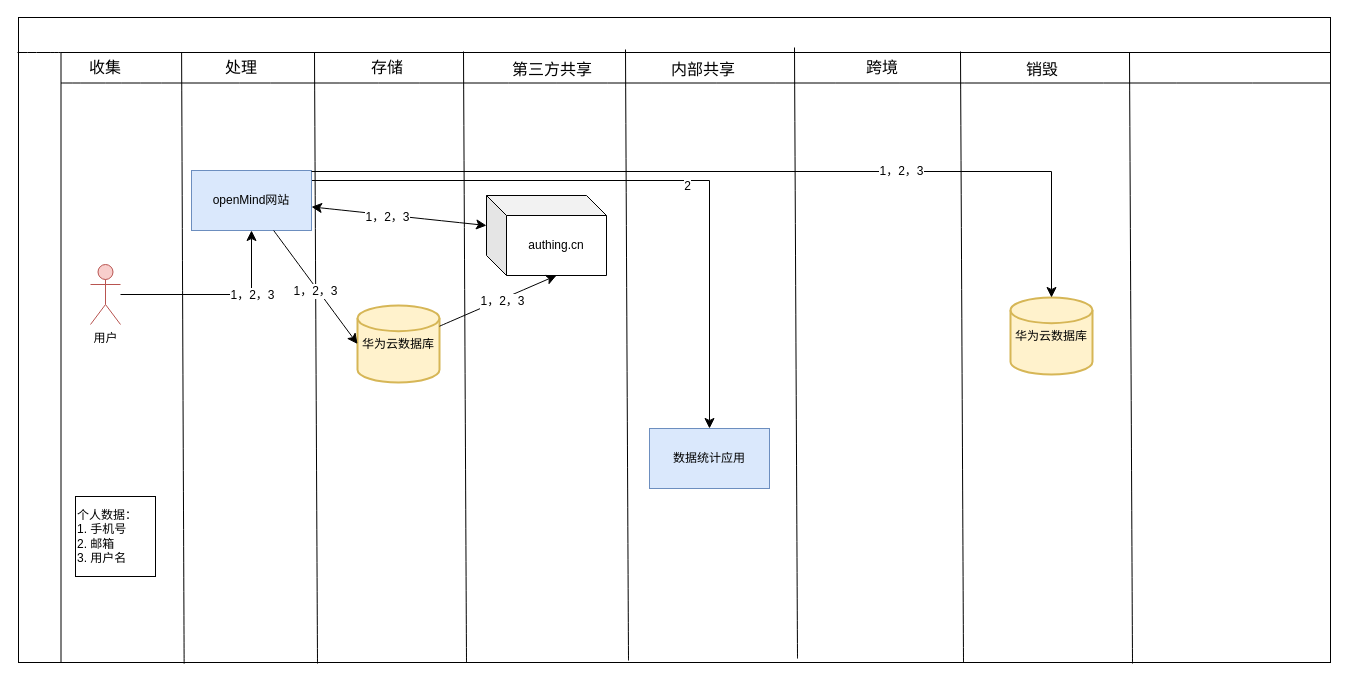
Earlier version of the draw.io diagram openMind-PIA.drawio (pkking/mydrawio). Source tidied: cells renumbered, new cells numbered last; positions are measured from the earlier drawing's top-left corner, leaving out a move shared by most shapes. Both pictures are drawn from the tidied source at 100%, with x=0, y=0 at pixel (17, 17).
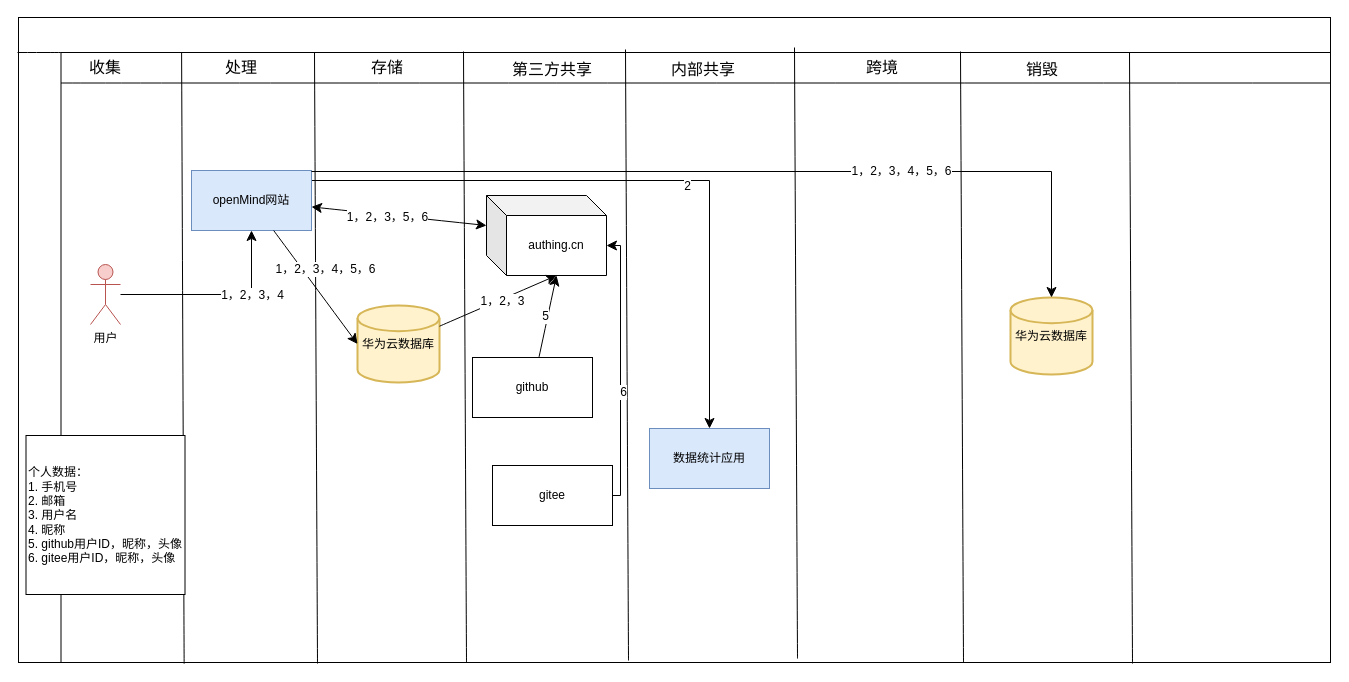
The same page after the edit.

The change refers to these unchanged cells:
```xml
<mxCell id="20" style="edgeStyle=orthogonalEdgeStyle;rounded=0;jettySize=auto;html=1;entryX=0.5;entryY=1;entryDx=0;entryDy=0;fontSize=12;startSize=8;endSize=8;" parent="1" edge="1" source="22" target="25">
  <mxGeometry relative="1" as="geometry" />
</mxCell>
<mxCell id="27" value="authing.cn" style="shape=cube;whiteSpace=wrap;html=1;boundedLbl=1;backgroundOutline=1;darkOpacity=0.05;darkOpacity2=0.1;" parent="1" vertex="1">
  <mxGeometry x="469" y="178" width="120" height="80" as="geometry" />
</mxCell>
<mxCell id="33" style="edgeStyle=none;curved=1;rounded=0;jettySize=auto;html=1;entryX=0;entryY=0.5;entryDx=0;entryDy=0;entryPerimeter=0;fontSize=12;startSize=8;endSize=8;" parent="1" edge="1" source="25" target="26">
  <mxGeometry relative="1" as="geometry" />
</mxCell>
<mxCell id="37" style="edgeStyle=orthogonalEdgeStyle;rounded=0;jettySize=auto;html=1;entryX=0.5;entryY=0;entryDx=0;entryDy=0;entryPerimeter=0;fontSize=12;startSize=8;endSize=8;" parent="1" edge="1" source="25" target="36">
  <mxGeometry relative="1" as="geometry">
    <Array as="points">
      <mxPoint x="1034" y="154" />
    </Array>
  </mxGeometry>
</mxCell>
```

Change to the diagram source:
```diff
@@
-    <mxCell id="21" value="1，2，3" style="edgeLabel;html=1;align=center;verticalAlign=middle;fontSize=12;" parent="20" vertex="1">
+    <mxCell id="21" value="1，2，3，4" style="edgeLabel;html=1;align=center;verticalAlign=middle;fontSize=12;" parent="20" vertex="1">
       <mxGeometry x="0.1" y="7" relative="1" as="geometry">
         <mxPoint x="24" y="7" as="offset" />
       </mxGeometry>
     </mxCell>
@@
-    <mxCell id="30" value="个人数据：&lt;div&gt;1. 手机号&lt;/div&gt;&lt;div&gt;2. 邮箱&lt;/div&gt;&lt;div&gt;3. 用户名&lt;/div&gt;" style="whiteSpace=wrap;html=1;align=left;" parent="1" vertex="1">
-      <mxGeometry x="58" y="479" width="80" height="80" as="geometry" />
+    <mxCell id="30" value="&lt;div&gt;&lt;span style=&quot;background-color: initial;&quot;&gt;个人数据：&lt;/span&gt;&lt;br&gt;&lt;/div&gt;&lt;div&gt;1. 手机号&lt;/div&gt;&lt;div&gt;2. 邮箱&lt;/div&gt;&lt;div&gt;3. 用户名&lt;/div&gt;&lt;div&gt;4. 昵称&lt;/div&gt;&lt;div&gt;5. github用户ID，昵称，头像&lt;/div&gt;&lt;div&gt;6. gitee用户ID，昵称，头像&lt;/div&gt;" style="whiteSpace=wrap;html=1;align=left;" parent="1" vertex="1">
+      <mxGeometry x="8.5" y="418" width="159" height="159" as="geometry" />
     </mxCell>
-    <mxCell id="31" value="1，2，3" style="edgeLabel;html=1;align=center;verticalAlign=middle;fontSize=12;" parent="1" vertex="1">
+    <mxCell id="31" value="1，2，3，5，6" style="edgeLabel;html=1;align=center;verticalAlign=middle;fontSize=12;" parent="1" vertex="1">
       <mxGeometry x="234" y="277" as="geometry">
         <mxPoint x="135" y="-78" as="offset" />
       </mxGeometry>
     </mxCell>
@@
-    <mxCell id="34" value="1，2，3" style="edgeLabel;html=1;align=center;verticalAlign=middle;fontSize=12;" parent="33" vertex="1">
+    <mxCell id="34" value="1，2，3，4，5，6" style="edgeLabel;html=1;align=center;verticalAlign=middle;fontSize=12;" parent="33" vertex="1">
       <mxGeometry x="-0.22" y="-6" relative="1" as="geometry">
-        <mxPoint x="13" y="13" as="offset" />
+        <mxPoint x="23" y="-9" as="offset" />
       </mxGeometry>
     </mxCell>
@@
-    <mxCell id="38" value="1，2，3" style="edgeLabel;html=1;align=center;verticalAlign=middle;fontSize=12;" parent="37" vertex="1">
+    <mxCell id="38" value="1，2，3，4，5，6" style="edgeLabel;html=1;align=center;verticalAlign=middle;fontSize=12;" parent="37" vertex="1">
       <mxGeometry x="0.36" y="1" relative="1" as="geometry" />
     </mxCell>
+    <mxCell id="39" value="github" style="rounded=0;whiteSpace=wrap;html=1;" parent="1" vertex="1">
+      <mxGeometry x="455" y="340" width="120" height="60" as="geometry" />
+    </mxCell>
+    <mxCell id="40" value="gitee" style="rounded=0;whiteSpace=wrap;html=1;" parent="1" vertex="1">
+      <mxGeometry x="475" y="448" width="120" height="60" as="geometry" />
+    </mxCell>
+    <mxCell id="41" style="edgeStyle=none;curved=1;rounded=0;jettySize=auto;html=1;entryX=0;entryY=0;entryDx=70;entryDy=80;entryPerimeter=0;fontSize=12;startSize=8;endSize=8;" parent="1" edge="1" source="39" target="27">
+      <mxGeometry relative="1" as="geometry" />
+    </mxCell>
+    <mxCell id="42" value="5" style="edgeLabel;html=1;align=center;verticalAlign=middle;fontSize=12;" parent="41" vertex="1">
+      <mxGeometry x="-0.01" y="3" relative="1" as="geometry" />
+    </mxCell>
+    <mxCell id="43" style="edgeStyle=orthogonalEdgeStyle;rounded=0;jettySize=auto;html=1;entryX=0;entryY=0;entryDx=120;entryDy=50;entryPerimeter=0;fontSize=12;startSize=8;endSize=8;" parent="1" edge="1" source="40" target="27">
+      <mxGeometry relative="1" as="geometry">
+        <Array as="points">
+          <mxPoint x="603" y="478" />
+          <mxPoint x="603" y="228" />
+        </Array>
+      </mxGeometry>
+    </mxCell>
+    <mxCell id="44" value="6" style="edgeLabel;html=1;align=center;verticalAlign=middle;fontSize=12;" parent="43" vertex="1">
+      <mxGeometry x="-0.18" y="-2" relative="1" as="geometry" />
+    </mxCell>
```
